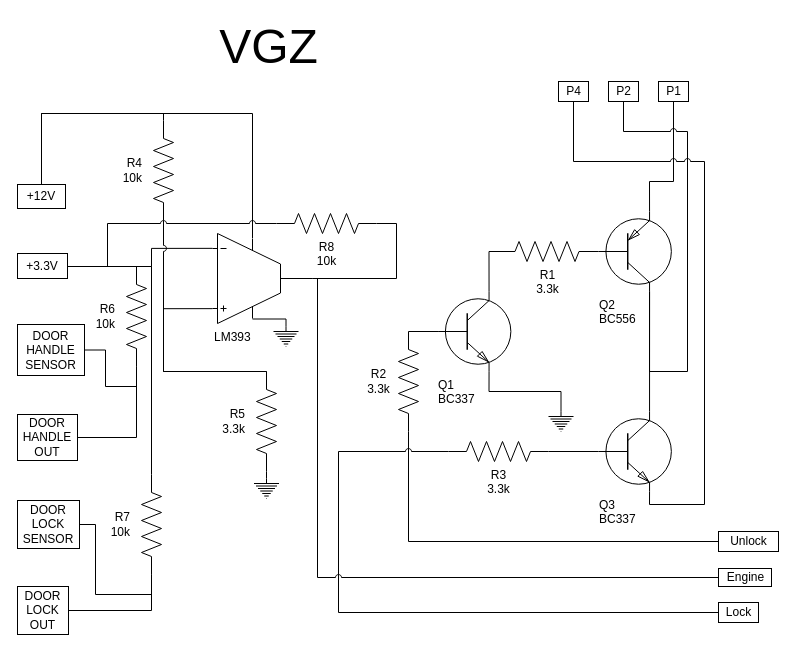
Before: page "VGZv2" (2 of 3) of golf/VGZ.drawio in manix/draw.io, a draw.io diagram. Source tidied: cells renumbered, new cells numbered last; positions are measured from the earlier drawing's top-left corner, leaving out a move shared by most shapes. Both pictures are drawn from the tidied source at 100%, with x=0, y=0 at pixel (17, 31).
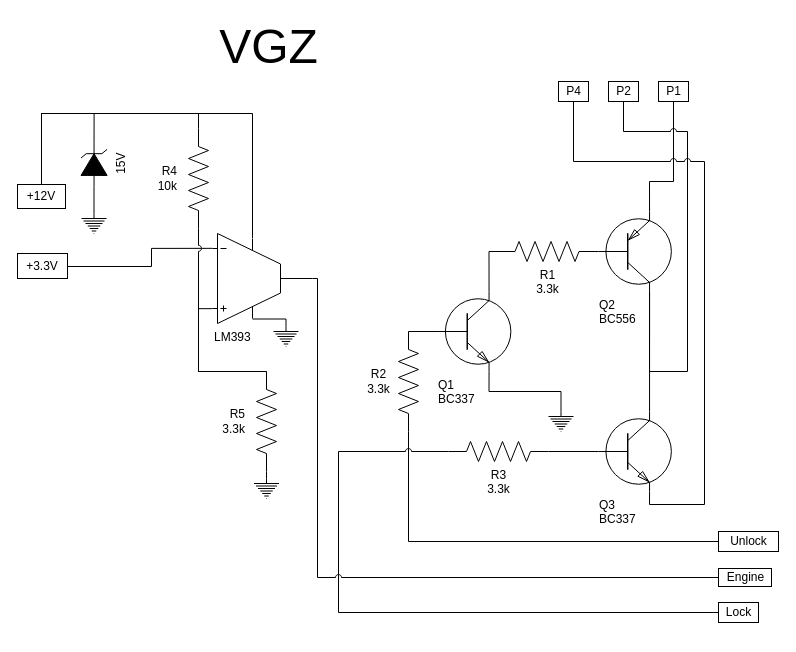
The same diagram, later.

Unchanged cells that the change refers to:
```xml
<mxCell id="26" value="+3.3V" style="rounded=0;whiteSpace=wrap;html=1;strokeColor=#000000;fontColor=#000000;align=center;" parent="1" vertex="1">
  <mxGeometry y="222" width="50" height="25" as="geometry" />
</mxCell>
<mxCell id="36" value="&lt;div&gt;LM393&lt;/div&gt;" style="verticalLabelPosition=bottom;shadow=0;dashed=0;align=left;html=1;verticalAlign=top;shape=mxgraph.electrical.abstract.ota_1;strokeColor=#000000;fontColor=#000000;" parent="1" vertex="1">
  <mxGeometry x="195" y="202" width="100" height="90" as="geometry" />
</mxCell>
<mxCell id="37" value="+12V" style="rounded=0;whiteSpace=wrap;html=1;strokeColor=#000000;fontColor=#000000;align=center;" parent="1" vertex="1">
  <mxGeometry y="153" width="48" height="24" as="geometry" />
</mxCell>
<mxCell id="42" value="&lt;div&gt;R5&lt;/div&gt;&lt;div&gt;3.3k&lt;br&gt;&lt;/div&gt;" style="verticalLabelPosition=middle;shadow=0;dashed=0;align=right;html=1;verticalAlign=middle;shape=mxgraph.electrical.resistors.resistor_2;strokeColor=#000000;fontColor=#000000;direction=south;labelPosition=left;spacingRight=10;" parent="1" vertex="1">
  <mxGeometry x="239" y="340" width="20" height="100" as="geometry" />
</mxCell>
```

Change to the diagram source:
```diff
@@
-    <mxCell id="27" value="&lt;div&gt;DOOR&lt;/div&gt;&lt;div&gt;HANDLE&lt;/div&gt;&lt;div&gt;SENSOR&lt;br&gt;&lt;/div&gt;" style="rounded=0;whiteSpace=wrap;html=1;strokeColor=#000000;fontColor=#000000;align=center;" parent="1" vertex="1">
-      <mxGeometry y="293" width="67" height="51" as="geometry" />
-    </mxCell>
-    <mxCell id="28" value="&lt;div&gt;DOOR&lt;/div&gt;&lt;div&gt;HANDLE&lt;/div&gt;&lt;div&gt;OUT&lt;br&gt;&lt;/div&gt;" style="rounded=0;whiteSpace=wrap;html=1;strokeColor=#000000;fontColor=#000000;align=center;" parent="1" vertex="1">
-      <mxGeometry y="383" width="60" height="46" as="geometry" />
-    </mxCell>
-    <mxCell id="29" value="&lt;div&gt;DOOR&lt;/div&gt;&lt;div&gt;LOCK&lt;/div&gt;&lt;div&gt;SENSOR&lt;br&gt;&lt;/div&gt;" style="rounded=0;whiteSpace=wrap;html=1;strokeColor=#000000;fontColor=#000000;align=center;" parent="1" vertex="1">
-      <mxGeometry y="469" width="62" height="48" as="geometry" />
-    </mxCell>
-    <mxCell id="30" value="&lt;div&gt;DOOR&lt;/div&gt;&lt;div&gt;LOCK&lt;/div&gt;&lt;div&gt;OUT&lt;br&gt;&lt;/div&gt;" style="rounded=0;whiteSpace=wrap;html=1;strokeColor=#000000;fontColor=#000000;align=center;" parent="1" vertex="1">
-      <mxGeometry y="555" width="51" height="48" as="geometry" />
-    </mxCell>
@@
     <mxCell id="33" style="edgeStyle=orthogonalEdgeStyle;rounded=0;jumpStyle=arc;jettySize=auto;html=1;exitX=0;exitY=0.835;exitDx=0;exitDy=0;exitPerimeter=0;entryX=0;entryY=0.5;entryDx=0;entryDy=0;entryPerimeter=0;endArrow=none;endFill=0;strokeColor=#000000;fontColor=#000000;" parent="1" edge="1" source="36" target="42">
       <mxGeometry relative="1" as="geometry">
         <Array as="points">
-          <mxPoint x="146" y="277" />
-          <mxPoint x="146" y="340" />
+          <mxPoint x="181" y="277" />
+          <mxPoint x="181" y="340" />
         </Array>
       </mxGeometry>
     </mxCell>
@@
     <mxCell id="38" style="edgeStyle=orthogonalEdgeStyle;rounded=0;jumpStyle=arc;jettySize=auto;html=1;exitX=0;exitY=0.5;exitDx=0;exitDy=0;exitPerimeter=0;endArrow=none;endFill=0;strokeColor=#000000;fontColor=#000000;" parent="1" edge="1" source="39" target="37">
       <mxGeometry relative="1" as="geometry">
         <Array as="points">
-          <mxPoint x="146" y="82" />
+          <mxPoint x="181" y="82" />
+          <mxPoint x="24" y="82" />
         </Array>
       </mxGeometry>
     </mxCell>
     <mxCell id="39" value="&lt;div&gt;R4&lt;/div&gt;&lt;div&gt;10k&lt;br&gt;&lt;/div&gt;" style="verticalLabelPosition=middle;shadow=0;dashed=0;align=right;html=1;verticalAlign=middle;shape=mxgraph.electrical.resistors.resistor_2;strokeColor=#000000;fontColor=#000000;direction=south;labelPosition=left;spacingRight=10;" parent="1" vertex="1">
-      <mxGeometry x="136" y="89" width="20" height="100" as="geometry" />
+      <mxGeometry x="171" y="97" width="20" height="100" as="geometry" />
     </mxCell>
     <mxCell id="40" style="edgeStyle=orthogonalEdgeStyle;rounded=0;jumpStyle=arc;jettySize=auto;html=1;exitX=0;exitY=0.5;exitDx=0;exitDy=0;exitPerimeter=0;entryX=1;entryY=0.5;entryDx=0;entryDy=0;entryPerimeter=0;endArrow=none;endFill=0;strokeColor=#000000;fontColor=#000000;" parent="1" edge="1" source="42" target="39">
       <mxGeometry relative="1" as="geometry">
         <Array as="points">
-          <mxPoint x="146" y="340" />
+          <mxPoint x="181" y="340" />
         </Array>
       </mxGeometry>
     </mxCell>
@@
-    <mxCell id="46" style="edgeStyle=orthogonalEdgeStyle;rounded=0;jettySize=auto;html=1;exitX=0;exitY=0.5;exitDx=0;exitDy=0;exitPerimeter=0;endArrow=none;endFill=0;jumpStyle=arc;" parent="1" edge="1" source="48" target="26">
-      <mxGeometry relative="1" as="geometry">
-        <Array as="points">
-          <mxPoint x="90" y="192" />
-          <mxPoint x="90" y="235" />
-        </Array>
-      </mxGeometry>
-    </mxCell>
-    <mxCell id="47" style="edgeStyle=orthogonalEdgeStyle;rounded=0;jumpStyle=arc;jettySize=auto;html=1;exitX=1;exitY=0.5;exitDx=0;exitDy=0;exitPerimeter=0;entryX=1;entryY=0.5;entryDx=0;entryDy=0;entryPerimeter=0;endArrow=none;endFill=0;" parent="1" edge="1" source="48" target="36">
-      <mxGeometry relative="1" as="geometry" />
-    </mxCell>
-    <mxCell id="48" value="&lt;div&gt;R8&lt;/div&gt;&lt;div&gt;10k&lt;br&gt;&lt;/div&gt;" style="verticalLabelPosition=bottom;shadow=0;dashed=0;align=center;html=1;verticalAlign=top;shape=mxgraph.electrical.resistors.resistor_2;strokeColor=#000000;fontColor=#000000;" parent="1" vertex="1">
-      <mxGeometry x="259" y="182" width="100" height="20" as="geometry" />
-    </mxCell>
-    <mxCell id="49" style="edgeStyle=orthogonalEdgeStyle;rounded=0;jumpStyle=arc;jettySize=auto;html=1;exitX=0;exitY=0.5;exitDx=0;exitDy=0;exitPerimeter=0;endArrow=none;endFill=0;" parent="1" edge="1" source="52" target="26">
+    <mxCell id="49" style="edgeStyle=orthogonalEdgeStyle;rounded=0;jumpStyle=arc;jettySize=auto;html=1;exitX=0;exitY=0.5;exitDx=0;exitDy=0;exitPerimeter=0;endArrow=none;endFill=0;" parent="1" edge="1" target="26">
       <mxGeometry relative="1" as="geometry">
+        <mxPoint x="119" y="235" as="sourcePoint" />
         <Array as="points">
           <mxPoint x="102" y="235" />
           <mxPoint x="102" y="235" />
         </Array>
       </mxGeometry>
     </mxCell>
-    <mxCell id="50" style="edgeStyle=orthogonalEdgeStyle;rounded=0;jumpStyle=arc;jettySize=auto;html=1;exitX=1;exitY=0.5;exitDx=0;exitDy=0;exitPerimeter=0;endArrow=none;endFill=0;" parent="1" edge="1" source="52" target="27">
-      <mxGeometry relative="1" as="geometry" />
-    </mxCell>
-    <mxCell id="51" style="edgeStyle=orthogonalEdgeStyle;rounded=0;jumpStyle=arc;jettySize=auto;html=1;exitX=1;exitY=0.5;exitDx=0;exitDy=0;exitPerimeter=0;endArrow=none;endFill=0;" parent="1" edge="1" source="52" target="28">
-      <mxGeometry relative="1" as="geometry">
-        <Array as="points">
-          <mxPoint x="119" y="406" />
-        </Array>
-      </mxGeometry>
-    </mxCell>
-    <mxCell id="52" value="&lt;div&gt;R6&lt;/div&gt;&lt;div&gt;10k&lt;br&gt;&lt;/div&gt;" style="verticalLabelPosition=middle;shadow=0;dashed=0;align=right;html=1;verticalAlign=middle;shape=mxgraph.electrical.resistors.resistor_2;strokeColor=#000000;fontColor=#000000;direction=south;labelPosition=left;spacingRight=10;" parent="1" vertex="1">
-      <mxGeometry x="109" y="235" width="20" height="100" as="geometry" />
-    </mxCell>
-    <mxCell id="53" style="edgeStyle=orthogonalEdgeStyle;rounded=0;jumpStyle=arc;jettySize=auto;html=1;exitX=0;exitY=0.5;exitDx=0;exitDy=0;exitPerimeter=0;endArrow=none;endFill=0;" parent="1" edge="1" source="56" target="26">
-      <mxGeometry relative="1" as="geometry">
-        <Array as="points">
-          <mxPoint x="134" y="443" />
-          <mxPoint x="134" y="235" />
-        </Array>
-      </mxGeometry>
-    </mxCell>
-    <mxCell id="54" style="edgeStyle=orthogonalEdgeStyle;rounded=0;jumpStyle=arc;jettySize=auto;html=1;exitX=1;exitY=0.5;exitDx=0;exitDy=0;exitPerimeter=0;endArrow=none;endFill=0;" parent="1" edge="1" source="56" target="30">
-      <mxGeometry relative="1" as="geometry">
-        <Array as="points">
-          <mxPoint x="134" y="579" />
-        </Array>
-      </mxGeometry>
-    </mxCell>
-    <mxCell id="55" style="edgeStyle=orthogonalEdgeStyle;rounded=0;jumpStyle=arc;jettySize=auto;html=1;exitX=1;exitY=0.5;exitDx=0;exitDy=0;exitPerimeter=0;endArrow=none;endFill=0;" parent="1" edge="1" source="56" target="29">
-      <mxGeometry relative="1" as="geometry">
-        <Array as="points">
-          <mxPoint x="134" y="563" />
-          <mxPoint x="78" y="563" />
-          <mxPoint x="78" y="493" />
-        </Array>
-      </mxGeometry>
-    </mxCell>
-    <mxCell id="56" value="&lt;div&gt;R7&lt;/div&gt;&lt;div&gt;10k&lt;br&gt;&lt;/div&gt;" style="verticalLabelPosition=middle;shadow=0;dashed=0;align=right;html=1;verticalAlign=middle;shape=mxgraph.electrical.resistors.resistor_2;strokeColor=#000000;fontColor=#000000;direction=south;labelPosition=left;spacingRight=10;" parent="1" vertex="1">
-      <mxGeometry x="124" y="443" width="20" height="100" as="geometry" />
-    </mxCell>
+    <mxCell id="57" style="edgeStyle=orthogonalEdgeStyle;rounded=0;jettySize=auto;html=1;exitX=0.5;exitY=0;exitDx=0;exitDy=0;exitPerimeter=0;endArrow=none;endFill=0;jumpStyle=arc;" parent="1" edge="1" source="58" target="60">
+      <mxGeometry relative="1" as="geometry" />
+    </mxCell>
+    <mxCell id="58" style="verticalLabelPosition=bottom;shadow=0;dashed=0;align=center;html=1;verticalAlign=top;shape=mxgraph.electrical.signal_sources.protective_earth;strokeColor=#000000;fontColor=#000000;labelBackgroundColor=none;" parent="1" vertex="1">
+      <mxGeometry x="64" y="182" width="25" height="20" as="geometry" />
+    </mxCell>
+    <mxCell id="59" style="edgeStyle=orthogonalEdgeStyle;rounded=0;jumpStyle=arc;jettySize=auto;html=1;exitX=1;exitY=0.5;exitDx=0;exitDy=0;exitPerimeter=0;entryX=0.5;entryY=0;entryDx=0;entryDy=0;endArrow=none;endFill=0;" parent="1" edge="1" source="60" target="37">
+      <mxGeometry relative="1" as="geometry">
+        <Array as="points">
+          <mxPoint x="77" y="82" />
+          <mxPoint x="24" y="82" />
+        </Array>
+      </mxGeometry>
+    </mxCell>
+    <mxCell id="60" value="15V" style="fillColor=#000000;verticalLabelPosition=bottom;shadow=0;dashed=0;align=center;html=1;verticalAlign=top;shape=mxgraph.electrical.diodes.zener_diode_3;rotation=-90;" parent="1" vertex="1">
+      <mxGeometry x="54.8" y="120" width="43.5" height="26.1" as="geometry" />
+    </mxCell>
```
